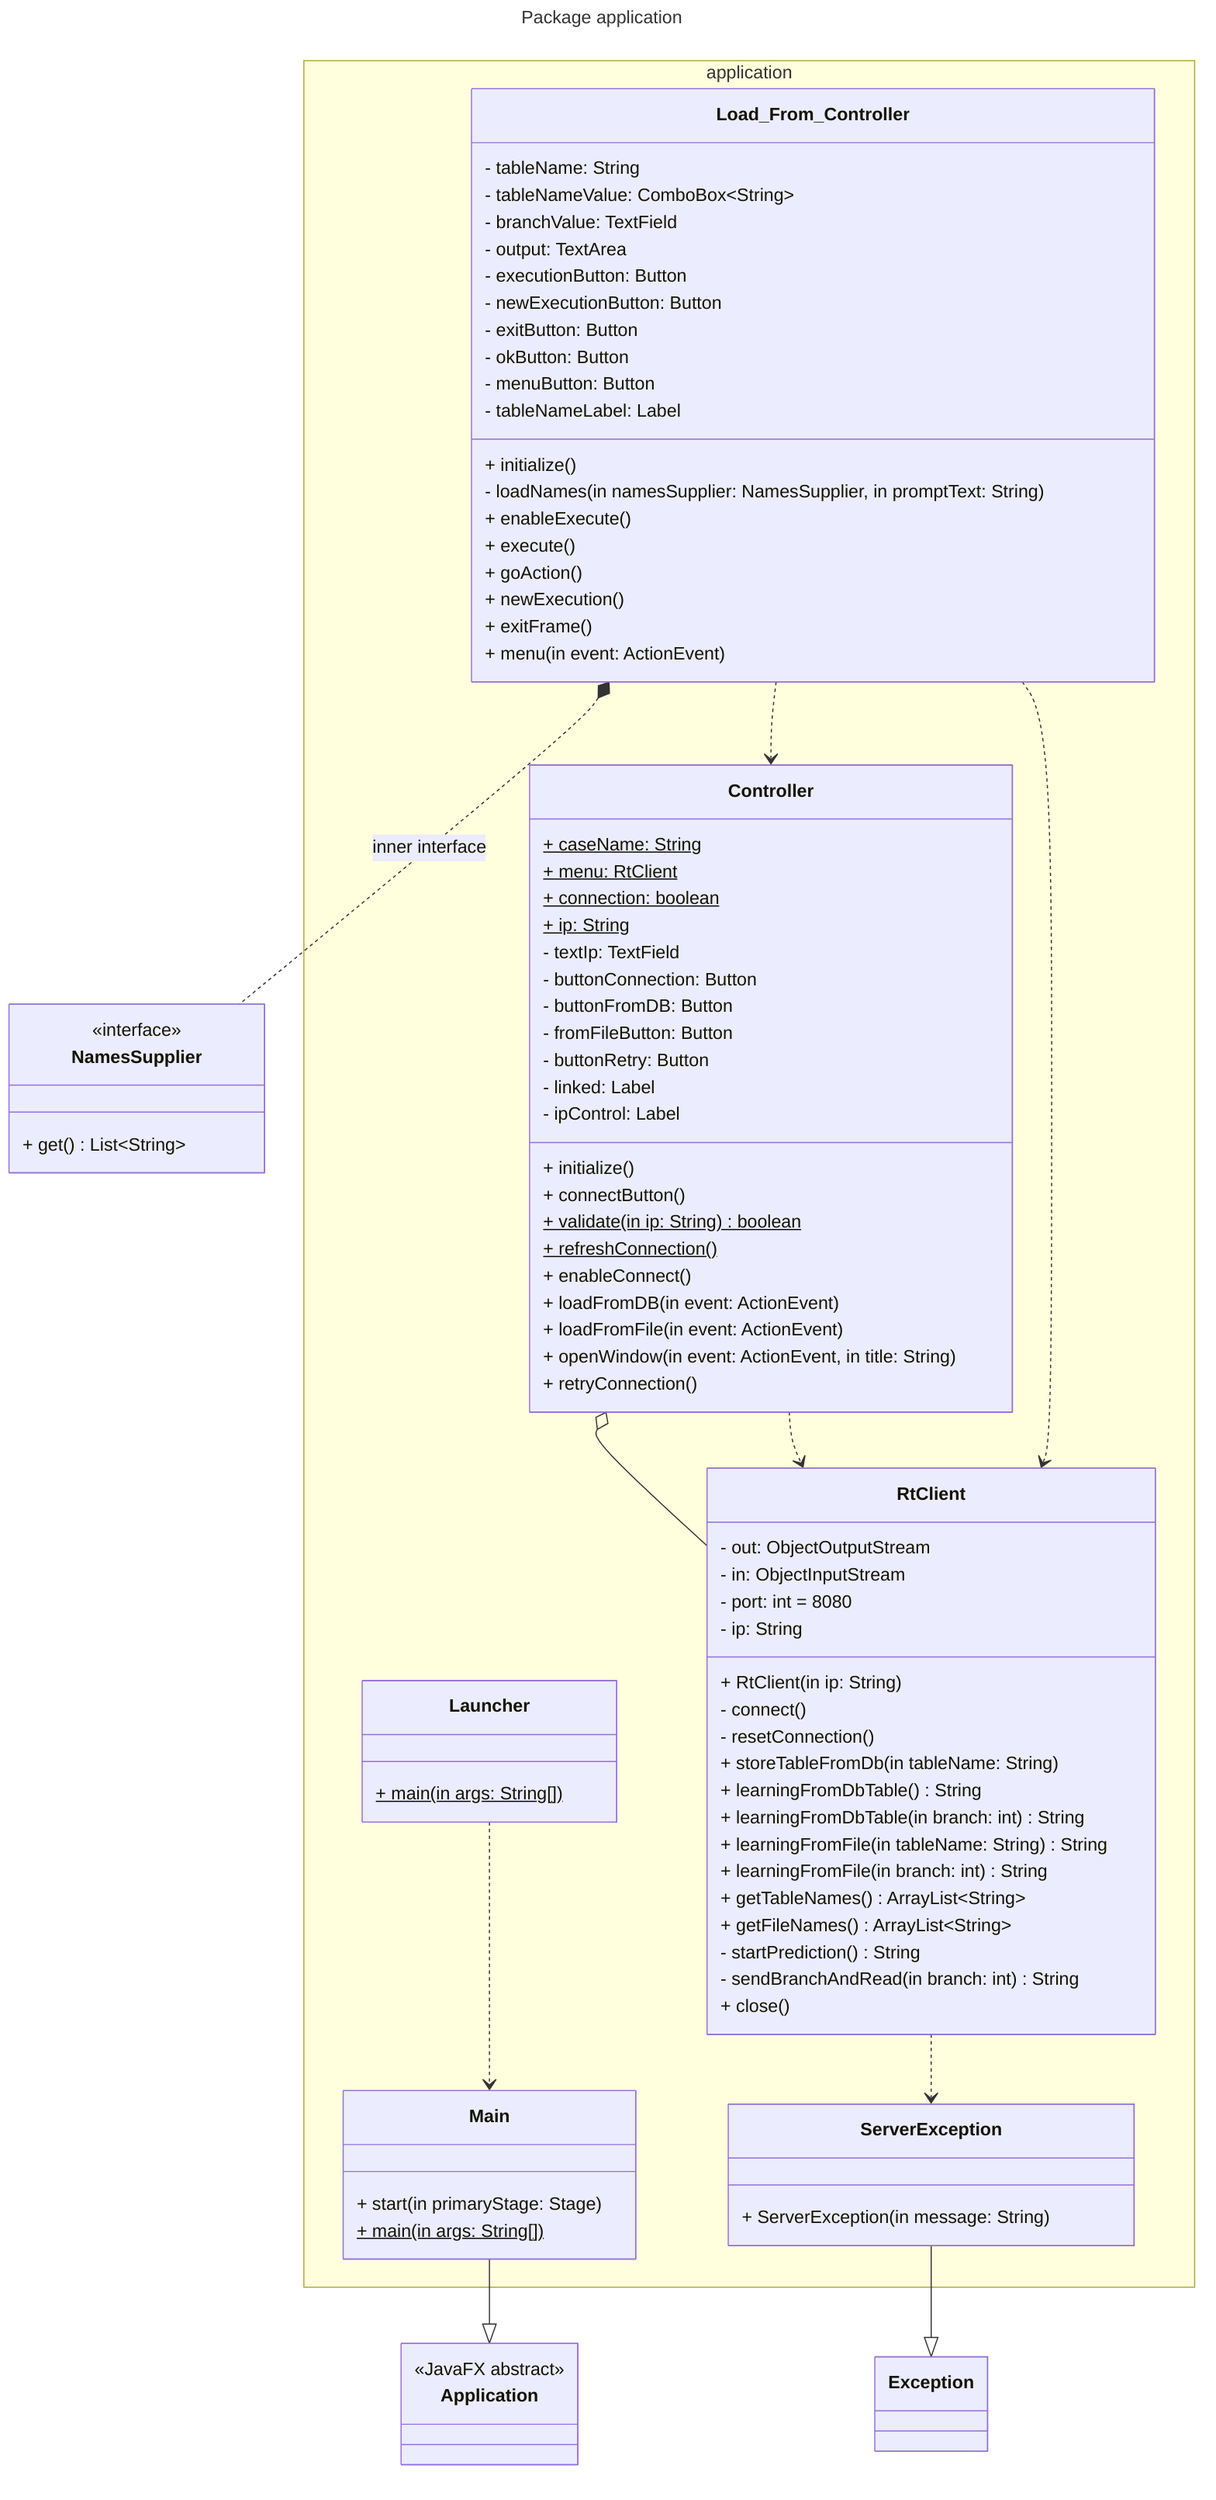
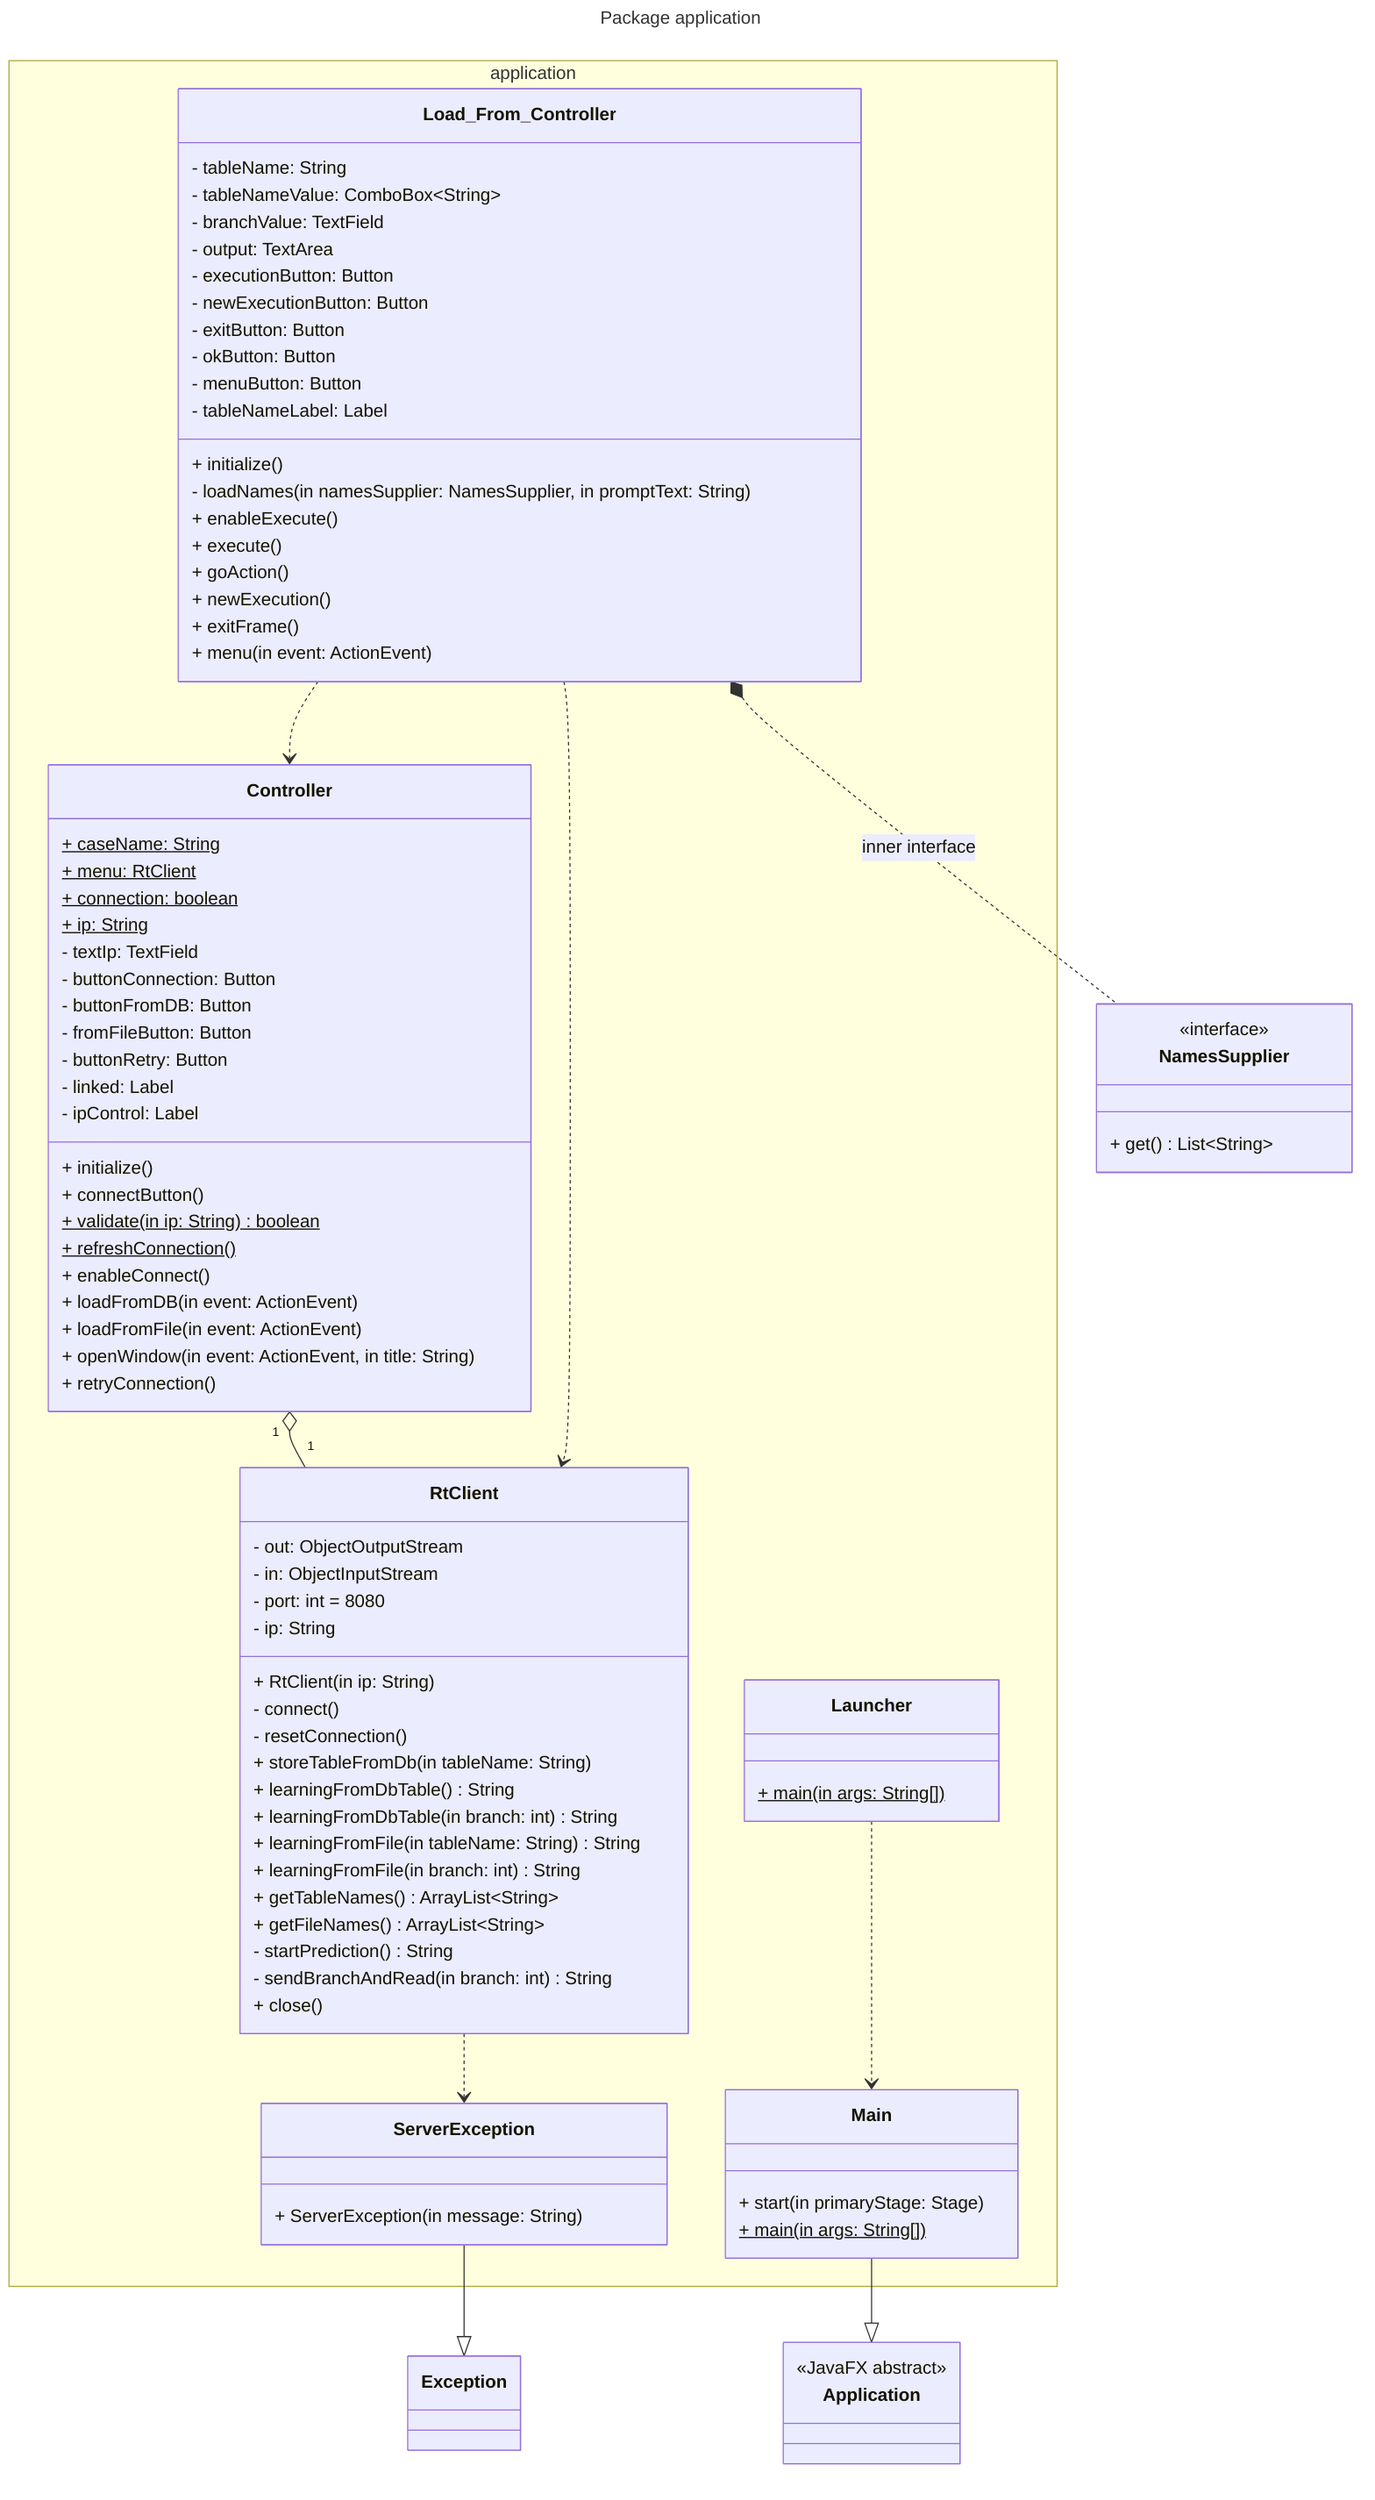
---
title: Package application
---
classDiagram
namespace application {
  class Launcher
  class Main
  class Controller
  class Load_From_Controller
  class RtClient
  class ServerException
}

class Launcher {
  + main(in args: String[])$
}

class Main {
  + start(in primaryStage: Stage)
  + main(in args: String[])$
}

class Controller {
  + caseName: String $
  + menu: RtClient $
  + connection: boolean $
  + ip: String $
  - textIp: TextField
  - buttonConnection: Button
  - buttonFromDB: Button
  - fromFileButton: Button
  - buttonRetry: Button
  - linked: Label
  - ipControl: Label
  + initialize()
  + connectButton()
  + validate(in ip: String) boolean$
  + refreshConnection()$
  + enableConnect()
  + loadFromDB(in event: ActionEvent)
  + loadFromFile(in event: ActionEvent)
  + openWindow(in event: ActionEvent, in title: String)
  + retryConnection()
}

class Load_From_Controller {
  - tableName: String
  - tableNameValue: ComboBox~String~
  - branchValue: TextField
  - output: TextArea
  - executionButton: Button
  - newExecutionButton: Button
  - exitButton: Button
  - okButton: Button
  - menuButton: Button
  - tableNameLabel: Label
  + initialize()
  - loadNames(in namesSupplier: NamesSupplier, in promptText: String)
  + enableExecute()
  + execute()
  + goAction()
  + newExecution()
  + exitFrame()
  + menu(in event: ActionEvent)
}

class NamesSupplier {
  <<interface>>
  + get() List~String~
}

class RtClient {
  - out: ObjectOutputStream
  - in: ObjectInputStream
  - port: int = 8080
  - ip: String
  + RtClient(in ip: String)
  - connect()
  - resetConnection()
  + storeTableFromDb(in tableName: String)
  + learningFromDbTable() String
  + learningFromDbTable(in branch: int) String
  + learningFromFile(in tableName: String) String
  + learningFromFile(in branch: int) String
  + getTableNames() ArrayList~String~
  + getFileNames() ArrayList~String~
  - startPrediction() String
  - sendBranchAndRead(in branch: int) String
  + close()
}

class ServerException {
  + ServerException(in message: String)
}

class Application {
  <<JavaFX abstract>>
}

class Exception {
}

Main --|> Application
ServerException --|> Exception

Load_From_Controller *.. NamesSupplier : inner interface

Launcher ..> Main
- Controller o-- RtClient
+ Controller "1" o-- "1" RtClient
Load_From_Controller ..> Controller
Load_From_Controller ..> RtClient
- Controller ..> RtClient
RtClient ..> ServerException
